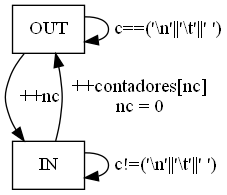
Above: 01- Maquinas de Estado - Histograma de longitud de palabras/histograma.png in mfiandrino/ssl-tps-2 (Graphviz), before the change. Its source is kept beside it as 01- Maquinas de Estado - Histograma de longitud de palabras/histograma.gv. Source of this version:
```dot
digraph Histograma {
    .OUT [shape=box];
    IN [shape=box];
    IN -> IN [label=" c!=('\\n'||'\\t'||' ')"];
    .OUT -> .OUT [label=" c==('\\n'||'\\t'||' ')"];
    .OUT -> IN [label="  ++nc"];
    IN -> .OUT [label="  ++contadores[nc] \n nc = 0"];

}

/* Para descargar el Graphviz y sumarlo al PATH https://graphviz.org/download/
    Esta Linux, Windows, MAC
    En VSC ir a extenciones y agregar el Graphviz (dot)
    Para correr por consola -> dot -Tpng histograma.gv -o histograma.png
    Despues del -T se pueden agregar otros formatos soportados por Graphviz
*/
```
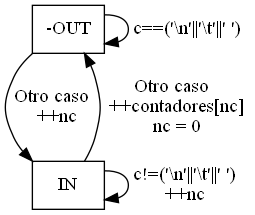
After the commit.

Change to the diagram source:
```diff
@@ -1,10 +1,10 @@
 digraph Histograma {
-    .OUT [shape=box];
+    OUT [shape=box,label= "-OUT"];
     IN [shape=box];
-    IN -> IN [label=" c!=('\\n'||'\\t'||' ')"];
-    .OUT -> .OUT [label=" c==('\\n'||'\\t'||' ')"];
-    .OUT -> IN [label="  ++nc"];
-    IN -> .OUT [label="  ++contadores[nc] \n nc = 0"];
+    IN -> IN [label=" c!=('\\n'||'\\t'||' ')\n ++nc"];
+    OUT -> OUT [label=" c==('\\n'||'\\t'||' ')"];
+    OUT -> IN [label="Otro caso \n ++nc"];
+    IN -> OUT [label="Otro caso \n  ++contadores[nc] \n nc = 0"];
 
 }
 
```
